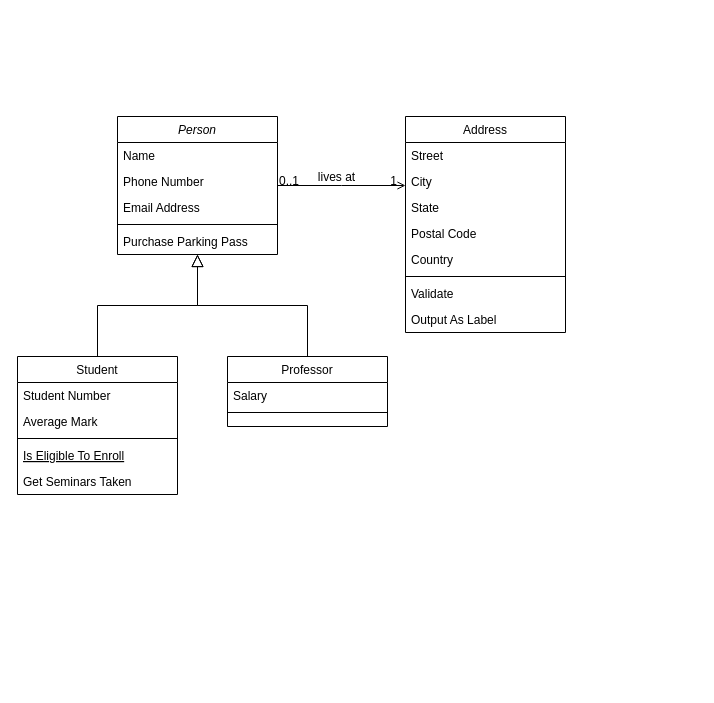
Before: KSCT Test Matching Diagram.drawio in xodnjs6038/susimdal_ksct, a draw.io diagram. Source tidied: cells renumbered, new cells numbered last; positions are measured from the earlier drawing's top-left corner, leaving out a move shared by most shapes. Both pictures are drawn from the tidied source at 100%, with x=0, y=0 at pixel (17, 116).
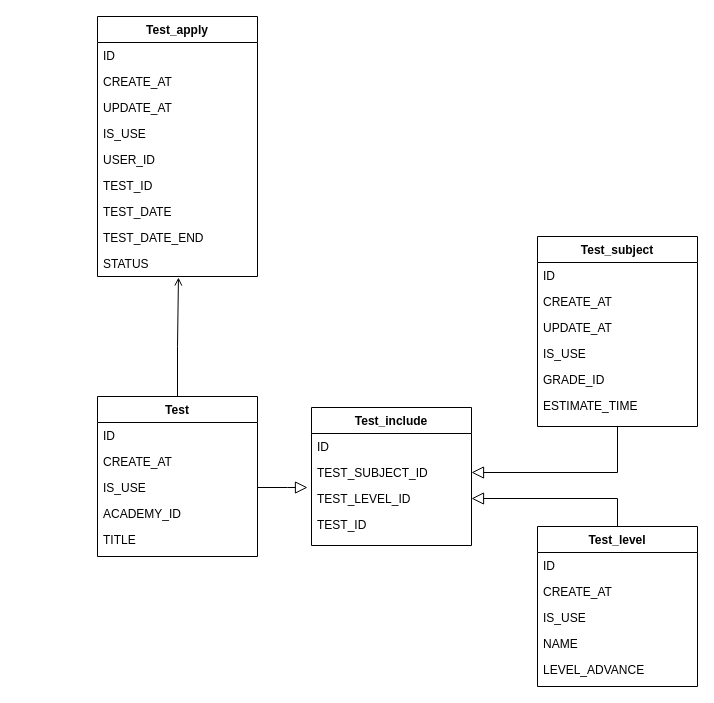
The same page after the edit.

The edit, as a diff of the source:
```diff
@@
-    <mxCell id="2" value="Person" style="swimlane;fontStyle=2;align=center;verticalAlign=top;horizontal=1;startSize=26;rounded=0;shadow=0;strokeWidth=1;" parent="1" vertex="1">
-      <mxGeometry x="100" width="160" height="138" as="geometry" />
+    <mxCell id="2" value="Test" style="swimlane;fontStyle=1;align=center;verticalAlign=top;horizontal=1;startSize=26;rounded=0;shadow=0;strokeWidth=1;" parent="1" vertex="1">
+      <mxGeometry x="80" y="280" width="160" height="160" as="geometry" />
     </mxCell>
-    <mxCell id="3" value="Name" style="text;align=left;verticalAlign=top;spacingLeft=4;spacingRight=4;overflow=hidden;" parent="2" vertex="1">
+    <mxCell id="3" value="ID" style="text;align=left;verticalAlign=top;spacingLeft=4;spacingRight=4;overflow=hidden;" parent="2" vertex="1">
       <mxGeometry y="26" width="160" height="26" as="geometry" />
     </mxCell>
-    <mxCell id="4" value="Phone Number" style="text;align=left;verticalAlign=top;spacingLeft=4;spacingRight=4;overflow=hidden;rounded=0;shadow=0;html=0;" parent="2" vertex="1">
+    <mxCell id="4" value="CREATE_AT" style="text;align=left;verticalAlign=top;spacingLeft=4;spacingRight=4;overflow=hidden;rounded=0;shadow=0;html=0;" parent="2" vertex="1">
       <mxGeometry y="52" width="160" height="26" as="geometry" />
     </mxCell>
-    <mxCell id="5" value="Email Address" style="text;align=left;verticalAlign=top;spacingLeft=4;spacingRight=4;overflow=hidden;points=[[0,0.5],[1,0.5]];portConstraint=eastwest;rounded=0;shadow=0;html=0;" parent="2" vertex="1">
+    <mxCell id="5" value="IS_USE   " style="text;align=left;verticalAlign=top;spacingLeft=4;spacingRight=4;overflow=hidden;points=[[0,0.5],[1,0.5]];portConstraint=eastwest;rounded=0;shadow=0;html=0;" parent="2" vertex="1">
       <mxGeometry y="78" width="160" height="26" as="geometry" />
     </mxCell>
-    <mxCell id="6" style="line;html=1;strokeWidth=1;align=left;verticalAlign=middle;spacingTop=-1;spacingLeft=3;spacingRight=3;labelPosition=right;" parent="2" vertex="1">
-      <mxGeometry y="104" width="160" height="8" as="geometry" />
-    </mxCell>
-    <mxCell id="7" value="Purchase Parking Pass" style="text;align=left;verticalAlign=top;spacingLeft=4;spacingRight=4;overflow=hidden;" parent="2" vertex="1">
-      <mxGeometry y="112" width="160" height="26" as="geometry" />
+    <mxCell id="7" value="ACADEMY_ID" style="text;align=left;verticalAlign=top;spacingLeft=4;spacingRight=4;overflow=hidden;" parent="2" vertex="1">
+      <mxGeometry y="104" width="160" height="26" as="geometry" />
     </mxCell>
+    <mxCell id="32" value="TITLE" style="text;align=left;verticalAlign=top;spacingLeft=4;spacingRight=4;overflow=hidden;" parent="2" vertex="1">
+      <mxGeometry y="130" width="160" height="26" as="geometry" />
+    </mxCell>
-    <mxCell id="8" value="Student" style="swimlane;fontStyle=0;align=center;verticalAlign=top;horizontal=1;startSize=26;rounded=0;shadow=0;strokeWidth=1;" parent="1" vertex="1">
-      <mxGeometry y="240" width="160" height="138" as="geometry" />
+    <mxCell id="8" value="Test_include" style="swimlane;fontStyle=1;align=center;verticalAlign=top;horizontal=1;startSize=26;rounded=0;shadow=0;strokeWidth=1;" parent="1" vertex="1">
+      <mxGeometry x="294" y="291" width="160" height="138" as="geometry" />
     </mxCell>
-    <mxCell id="9" value="Student Number" style="text;align=left;verticalAlign=top;spacingLeft=4;spacingRight=4;overflow=hidden;" parent="8" vertex="1">
+    <mxCell id="9" value="ID" style="text;align=left;verticalAlign=top;spacingLeft=4;spacingRight=4;overflow=hidden;" parent="8" vertex="1">
       <mxGeometry y="26" width="160" height="26" as="geometry" />
     </mxCell>
-    <mxCell id="10" value="Average Mark" style="text;align=left;verticalAlign=top;spacingLeft=4;spacingRight=4;overflow=hidden;points=[[0,0.5],[1,0.5]];portConstraint=eastwest;rounded=0;shadow=0;html=0;" parent="8" vertex="1">
+    <mxCell id="10" value="TEST_SUBJECT_ID" style="text;align=left;verticalAlign=top;spacingLeft=4;spacingRight=4;overflow=hidden;points=[[0,0.5],[1,0.5]];portConstraint=eastwest;rounded=0;shadow=0;html=0;" parent="8" vertex="1">
       <mxGeometry y="52" width="160" height="26" as="geometry" />
     </mxCell>
-    <mxCell id="11" style="line;html=1;strokeWidth=1;align=left;verticalAlign=middle;spacingTop=-1;spacingLeft=3;spacingRight=3;labelPosition=right;" parent="8" vertex="1">
-      <mxGeometry y="78" width="160" height="8" as="geometry" />
-    </mxCell>
-    <mxCell id="12" value="Is Eligible To Enroll" style="text;align=left;verticalAlign=top;spacingLeft=4;spacingRight=4;overflow=hidden;points=[[0,0.5],[1,0.5]];portConstraint=eastwest;fontStyle=4;" parent="8" vertex="1">
-      <mxGeometry y="86" width="160" height="26" as="geometry" />
+    <mxCell id="12" value="TEST_LEVEL_ID" style="text;align=left;verticalAlign=top;spacingLeft=4;spacingRight=4;overflow=hidden;points=[[0,0.5],[1,0.5]];portConstraint=eastwest;fontStyle=0;" parent="8" vertex="1">
+      <mxGeometry y="78" width="160" height="26" as="geometry" />
     </mxCell>
-    <mxCell id="13" value="Get Seminars Taken" style="text;align=left;verticalAlign=top;spacingLeft=4;spacingRight=4;overflow=hidden;" parent="8" vertex="1">
-      <mxGeometry y="112" width="160" height="26" as="geometry" />
+    <mxCell id="13" value="TEST_ID" style="text;align=left;verticalAlign=top;spacingLeft=4;spacingRight=4;overflow=hidden;" parent="8" vertex="1">
+      <mxGeometry y="104" width="160" height="26" as="geometry" />
     </mxCell>
-    <mxCell id="14" style="endArrow=block;endSize=10;endFill=0;shadow=0;strokeWidth=1;rounded=0;edgeStyle=elbowEdgeStyle;elbow=vertical;" parent="1" edge="1" source="8" target="2">
-      <mxGeometry relative="1" as="geometry" />
-    </mxCell>
-    <mxCell id="15" value="Professor" style="swimlane;fontStyle=0;align=center;verticalAlign=top;horizontal=1;startSize=26;rounded=0;shadow=0;strokeWidth=1;" parent="1" vertex="1">
-      <mxGeometry x="210" y="240" width="160" height="70" as="geometry" />
+    <mxCell id="15" value="Test_subject" style="swimlane;fontStyle=1;align=center;verticalAlign=top;horizontal=1;startSize=26;rounded=0;shadow=0;strokeWidth=1;" parent="1" vertex="1">
+      <mxGeometry x="520" y="120" width="160" height="190" as="geometry" />
     </mxCell>
-    <mxCell id="16" value="Salary" style="text;align=left;verticalAlign=top;spacingLeft=4;spacingRight=4;overflow=hidden;" parent="15" vertex="1">
+    <mxCell id="16" value="ID" style="text;align=left;verticalAlign=top;spacingLeft=4;spacingRight=4;overflow=hidden;" parent="15" vertex="1">
       <mxGeometry y="26" width="160" height="26" as="geometry" />
     </mxCell>
-    <mxCell id="17" style="line;html=1;strokeWidth=1;align=left;verticalAlign=middle;spacingTop=-1;spacingLeft=3;spacingRight=3;labelPosition=right;" parent="15" vertex="1">
-      <mxGeometry y="52" width="160" height="8" as="geometry" />
-    </mxCell>
+    <mxCell id="33" value="CREATE_AT" style="text;align=left;verticalAlign=top;spacingLeft=4;spacingRight=4;overflow=hidden;" parent="15" vertex="1">
+      <mxGeometry y="52" width="160" height="26" as="geometry" />
+    </mxCell>
+    <mxCell id="34" value="UPDATE_AT" style="text;align=left;verticalAlign=top;spacingLeft=4;spacingRight=4;overflow=hidden;rounded=0;shadow=0;html=0;" parent="15" vertex="1">
+      <mxGeometry y="78" width="160" height="26" as="geometry" />
+    </mxCell>
+    <mxCell id="35" value="IS_USE" style="text;align=left;verticalAlign=top;spacingLeft=4;spacingRight=4;overflow=hidden;rounded=0;shadow=0;html=0;" parent="15" vertex="1">
+      <mxGeometry y="104" width="160" height="26" as="geometry" />
+    </mxCell>
+    <mxCell id="36" value="GRADE_ID" style="text;align=left;verticalAlign=top;spacingLeft=4;spacingRight=4;overflow=hidden;rounded=0;shadow=0;html=0;" parent="15" vertex="1">
+      <mxGeometry y="130" width="160" height="26" as="geometry" />
+    </mxCell>
+    <mxCell id="37" value="ESTIMATE_TIME" style="text;align=left;verticalAlign=top;spacingLeft=4;spacingRight=4;overflow=hidden;rounded=0;shadow=0;html=0;" parent="15" vertex="1">
+      <mxGeometry y="156" width="160" height="26" as="geometry" />
+    </mxCell>
-    <mxCell id="18" style="endArrow=block;endSize=10;endFill=0;shadow=0;strokeWidth=1;rounded=0;edgeStyle=elbowEdgeStyle;elbow=vertical;" parent="1" edge="1" source="15" target="2">
-      <mxGeometry relative="1" as="geometry" />
+    <mxCell id="18" style="endArrow=block;endSize=10;endFill=0;shadow=0;strokeWidth=1;rounded=0;edgeStyle=elbowEdgeStyle;elbow=vertical;entryX=1;entryY=0.5;entryDx=0;entryDy=0;exitX=0.5;exitY=1;exitDx=0;exitDy=0;" parent="1" edge="1" source="15" target="10">
+      <mxGeometry relative="1" as="geometry">
+        <Array as="points">
+          <mxPoint x="530" y="356" />
+        </Array>
+      </mxGeometry>
     </mxCell>
-    <mxCell id="19" value="Address" style="swimlane;fontStyle=0;align=center;verticalAlign=top;horizontal=1;startSize=26;rounded=0;shadow=0;strokeWidth=1;" parent="1" vertex="1">
-      <mxGeometry x="388" width="160" height="216" as="geometry" />
+    <mxCell id="19" value="Test_apply" style="swimlane;fontStyle=1;align=center;verticalAlign=top;horizontal=1;startSize=26;rounded=0;shadow=0;strokeWidth=1;" parent="1" vertex="1">
+      <mxGeometry x="80" y="-100" width="160" height="260" as="geometry" />
     </mxCell>
-    <mxCell id="20" value="Street" style="text;align=left;verticalAlign=top;spacingLeft=4;spacingRight=4;overflow=hidden;" parent="19" vertex="1">
+    <mxCell id="20" value="ID" style="text;align=left;verticalAlign=top;spacingLeft=4;spacingRight=4;overflow=hidden;" parent="19" vertex="1">
       <mxGeometry y="26" width="160" height="26" as="geometry" />
     </mxCell>
-    <mxCell id="21" value="City" style="text;align=left;verticalAlign=top;spacingLeft=4;spacingRight=4;overflow=hidden;rounded=0;shadow=0;html=0;" parent="19" vertex="1">
+    <mxCell id="21" value="CREATE_AT" style="text;align=left;verticalAlign=top;spacingLeft=4;spacingRight=4;overflow=hidden;rounded=0;shadow=0;html=0;" parent="19" vertex="1">
       <mxGeometry y="52" width="160" height="26" as="geometry" />
     </mxCell>
-    <mxCell id="22" value="State" style="text;align=left;verticalAlign=top;spacingLeft=4;spacingRight=4;overflow=hidden;rounded=0;shadow=0;html=0;" parent="19" vertex="1">
+    <mxCell id="22" value="UPDATE_AT" style="text;align=left;verticalAlign=top;spacingLeft=4;spacingRight=4;overflow=hidden;rounded=0;shadow=0;html=0;" parent="19" vertex="1">
       <mxGeometry y="78" width="160" height="26" as="geometry" />
     </mxCell>
-    <mxCell id="23" value="Postal Code" style="text;align=left;verticalAlign=top;spacingLeft=4;spacingRight=4;overflow=hidden;rounded=0;shadow=0;html=0;" parent="19" vertex="1">
+    <mxCell id="23" value="IS_USE" style="text;align=left;verticalAlign=top;spacingLeft=4;spacingRight=4;overflow=hidden;rounded=0;shadow=0;html=0;" parent="19" vertex="1">
       <mxGeometry y="104" width="160" height="26" as="geometry" />
     </mxCell>
-    <mxCell id="24" value="Country" style="text;align=left;verticalAlign=top;spacingLeft=4;spacingRight=4;overflow=hidden;rounded=0;shadow=0;html=0;" parent="19" vertex="1">
+    <mxCell id="24" value="USER_ID" style="text;align=left;verticalAlign=top;spacingLeft=4;spacingRight=4;overflow=hidden;rounded=0;shadow=0;html=0;" parent="19" vertex="1">
       <mxGeometry y="130" width="160" height="26" as="geometry" />
     </mxCell>
-    <mxCell id="25" style="line;html=1;strokeWidth=1;align=left;verticalAlign=middle;spacingTop=-1;spacingLeft=3;spacingRight=3;labelPosition=right;" parent="19" vertex="1">
-      <mxGeometry y="156" width="160" height="8" as="geometry" />
-    </mxCell>
-    <mxCell id="26" value="Validate" style="text;align=left;verticalAlign=top;spacingLeft=4;spacingRight=4;overflow=hidden;" parent="19" vertex="1">
-      <mxGeometry y="164" width="160" height="26" as="geometry" />
+    <mxCell id="26" value="TEST_ID" style="text;align=left;verticalAlign=top;spacingLeft=4;spacingRight=4;overflow=hidden;" parent="19" vertex="1">
+      <mxGeometry y="156" width="160" height="26" as="geometry" />
     </mxCell>
-    <mxCell id="27" value="Output As Label" style="text;align=left;verticalAlign=top;spacingLeft=4;spacingRight=4;overflow=hidden;" parent="19" vertex="1">
-      <mxGeometry y="190" width="160" height="26" as="geometry" />
+    <mxCell id="27" value="TEST_DATE" style="text;align=left;verticalAlign=top;spacingLeft=4;spacingRight=4;overflow=hidden;" parent="19" vertex="1">
+      <mxGeometry y="182" width="160" height="26" as="geometry" />
     </mxCell>
+    <mxCell id="38" value="TEST_DATE_END" style="text;align=left;verticalAlign=top;spacingLeft=4;spacingRight=4;overflow=hidden;" parent="19" vertex="1">
+      <mxGeometry y="208" width="160" height="26" as="geometry" />
+    </mxCell>
+    <mxCell id="39" value="STATUS" style="text;align=left;verticalAlign=top;spacingLeft=4;spacingRight=4;overflow=hidden;points=[[0,0.5],[1,0.5]];portConstraint=eastwest;" parent="19" vertex="1">
+      <mxGeometry y="234" width="160" height="26" as="geometry" />
+    </mxCell>
-    <mxCell id="28" style="endArrow=open;shadow=0;strokeWidth=1;rounded=0;endFill=1;edgeStyle=elbowEdgeStyle;elbow=vertical;" parent="1" edge="1" source="2" target="19">
+    <mxCell id="28" style="endArrow=open;shadow=0;strokeWidth=1;rounded=0;endFill=1;edgeStyle=elbowEdgeStyle;elbow=vertical;entryX=0.506;entryY=1.038;entryDx=0;entryDy=0;entryPerimeter=0;" parent="1" edge="1" target="39">
       <mxGeometry x="0.5" y="41" relative="1" as="geometry">
+        <mxPoint x="160" y="280" as="sourcePoint" />
+        <Array as="points">
+          <mxPoint x="200" y="230" />
+        </Array>
         <mxPoint x="-40" y="32" as="offset" />
       </mxGeometry>
     </mxCell>
-    <mxCell id="29" value="0..1" style="align=left;verticalAlign=bottom;labelBackgroundColor=none;fontSize=12;" parent="28" vertex="1">
-      <mxGeometry x="-1" relative="1" as="geometry">
-        <mxPoint y="4" as="offset" />
-      </mxGeometry>
-    </mxCell>
-    <mxCell id="30" value="1" style="align=right;verticalAlign=bottom;labelBackgroundColor=none;fontSize=12;" parent="28" vertex="1">
-      <mxGeometry x="1" relative="1" as="geometry">
-        <mxPoint x="-7" y="4" as="offset" />
-      </mxGeometry>
-    </mxCell>
-    <mxCell id="31" value="lives at" style="text;html=1;align=center;verticalAlign=middle;labelBackgroundColor=none;rounded=0;shadow=0;strokeWidth=1;fontSize=12;" parent="28" vertex="1">
-      <mxGeometry x="0.5" y="49" relative="1" as="geometry">
-        <mxPoint x="-38" y="40" as="offset" />
-      </mxGeometry>
-    </mxCell>
+    <mxCell id="40" value="Test_level" style="swimlane;fontStyle=1;align=center;verticalAlign=top;horizontal=1;startSize=26;rounded=0;shadow=0;strokeWidth=1;" parent="1" vertex="1">
+      <mxGeometry x="520" y="410" width="160" height="160" as="geometry" />
+    </mxCell>
+    <mxCell id="41" value="ID" style="text;align=left;verticalAlign=top;spacingLeft=4;spacingRight=4;overflow=hidden;" parent="40" vertex="1">
+      <mxGeometry y="26" width="160" height="26" as="geometry" />
+    </mxCell>
+    <mxCell id="42" value="CREATE_AT" style="text;align=left;verticalAlign=top;spacingLeft=4;spacingRight=4;overflow=hidden;" parent="40" vertex="1">
+      <mxGeometry y="52" width="160" height="26" as="geometry" />
+    </mxCell>
+    <mxCell id="43" value="IS_USE" style="text;align=left;verticalAlign=top;spacingLeft=4;spacingRight=4;overflow=hidden;rounded=0;shadow=0;html=0;" parent="40" vertex="1">
+      <mxGeometry y="78" width="160" height="26" as="geometry" />
+    </mxCell>
+    <mxCell id="44" value="NAME" style="text;align=left;verticalAlign=top;spacingLeft=4;spacingRight=4;overflow=hidden;rounded=0;shadow=0;html=0;" parent="40" vertex="1">
+      <mxGeometry y="104" width="160" height="26" as="geometry" />
+    </mxCell>
+    <mxCell id="45" value="LEVEL_ADVANCE" style="text;align=left;verticalAlign=top;spacingLeft=4;spacingRight=4;overflow=hidden;rounded=0;shadow=0;html=0;" parent="40" vertex="1">
+      <mxGeometry y="130" width="160" height="26" as="geometry" />
+    </mxCell>
+    <mxCell id="46" style="endArrow=block;endSize=10;endFill=0;shadow=0;strokeWidth=1;rounded=0;edgeStyle=elbowEdgeStyle;elbow=vertical;exitX=0.5;exitY=0;exitDx=0;exitDy=0;entryX=1;entryY=0.5;entryDx=0;entryDy=0;" parent="1" edge="1" source="40" target="12">
+      <mxGeometry relative="1" as="geometry">
+        <Array as="points">
+          <mxPoint x="530" y="382" />
+          <mxPoint x="460" y="366" />
+        </Array>
+      </mxGeometry>
+    </mxCell>
+    <mxCell id="14" style="endArrow=block;endSize=10;endFill=0;shadow=0;strokeWidth=1;rounded=0;edgeStyle=elbowEdgeStyle;elbow=vertical;exitX=1;exitY=0.5;exitDx=0;exitDy=0;" parent="1" edge="1" source="5">
+      <mxGeometry relative="1" as="geometry">
+        <mxPoint x="290" y="371" as="targetPoint" />
+        <Array as="points">
+          <mxPoint x="270" y="371" />
+          <mxPoint x="60" y="397" />
+        </Array>
+      </mxGeometry>
+    </mxCell>
```
